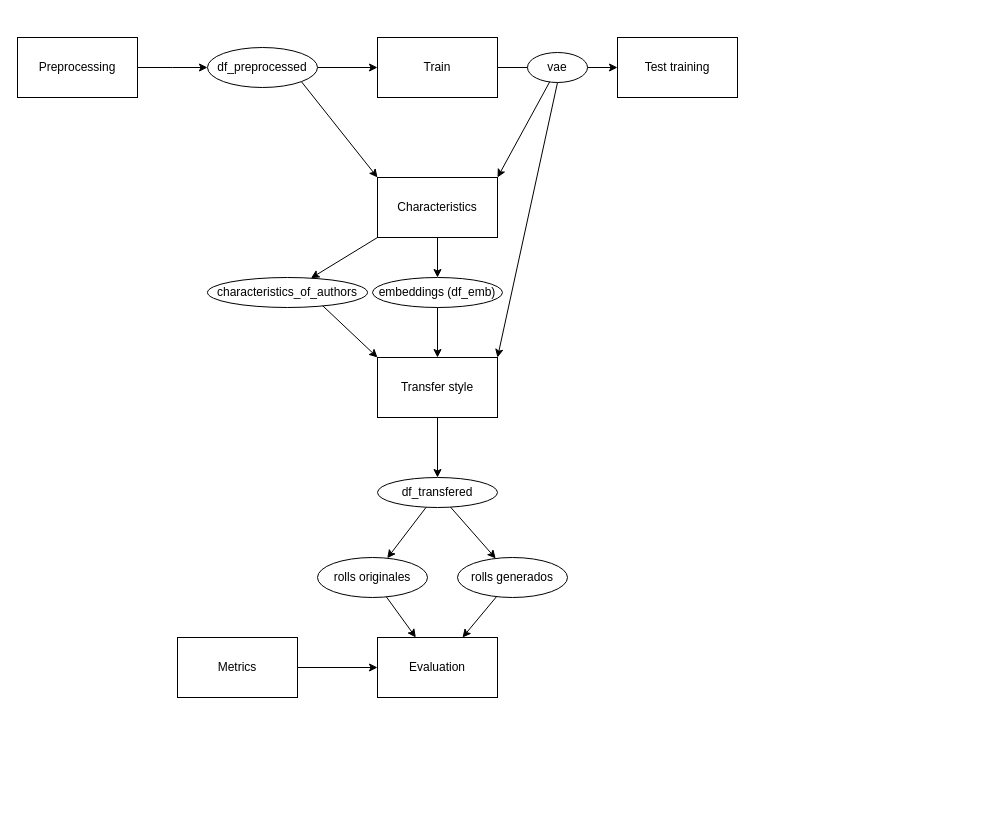
This is docs/diagrama_style_transfer.drawio from LucasSom/style-transfer, a draw.io file, before an edit. Source tidied: cells renumbered, new cells numbered last; positions are measured from the earlier drawing's top-left corner, leaving out a move shared by most shapes. Both pictures are drawn from the tidied source at 100%, with x=0, y=0 at pixel (17, 37).
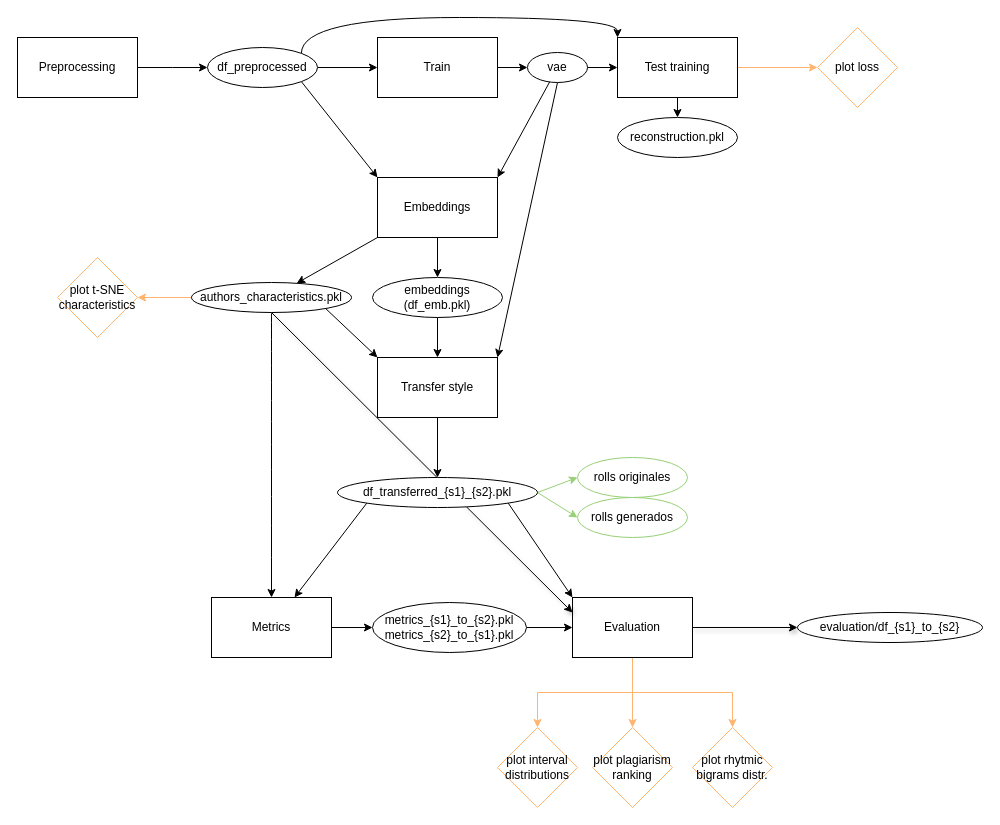
The same page after the edit.

Commit message (it also covers changes not shown here):
plot characteristics only + updated documentation

The change refers to these unchanged cells:
```xml
<mxCell id="5" value="Train" style="rounded=0;whiteSpace=wrap;html=1;" parent="1" vertex="1">
  <mxGeometry x="360" width="120" height="60" as="geometry" />
</mxCell>
<mxCell id="6" value="Test training" style="rounded=0;whiteSpace=wrap;html=1;" parent="1" vertex="1">
  <mxGeometry x="600" width="120" height="60" as="geometry" />
</mxCell>
<mxCell id="17" value="df_preprocessed" style="ellipse;whiteSpace=wrap;html=1;" parent="1" vertex="1">
  <mxGeometry x="190" y="10" width="110" height="40" as="geometry" />
</mxCell>
<mxCell id="20" value="vae" style="ellipse;whiteSpace=wrap;html=1;" parent="1" vertex="1">
  <mxGeometry x="510" y="15" width="60" height="30" as="geometry" />
</mxCell>
```

What changed in the source:
```diff
@@
+    <mxCell id="33" style="edgeStyle=orthogonalEdgeStyle;curved=1;rounded=0;jettySize=auto;html=1;startArrow=none;startFill=0;endArrow=classic;endFill=1;" parent="1" edge="1" source="6" target="46">
+      <mxGeometry relative="1" as="geometry" />
+    </mxCell>
+    <mxCell id="34" style="edgeStyle=orthogonalEdgeStyle;rounded=0;jettySize=auto;html=1;strokeColor=#FFB570;" parent="1" edge="1" source="6" target="50">
+      <mxGeometry relative="1" as="geometry" />
+    </mxCell>
@@
-    <mxCell id="9" value="Characteristics" style="rounded=0;whiteSpace=wrap;html=1;" parent="1" vertex="1">
+    <mxCell id="9" value="Embeddings" style="rounded=0;whiteSpace=wrap;html=1;" parent="1" vertex="1">
       <mxGeometry x="360" y="140" width="120" height="60" as="geometry" />
     </mxCell>
@@
+    <mxCell id="35" style="edgeStyle=none;rounded=0;jettySize=auto;html=1;shadow=1;strokeColor=#000000;startArrow=none;startFill=0;endArrow=classic;endFill=1;" parent="1" edge="1" source="12" target="49">
+      <mxGeometry relative="1" as="geometry" />
+    </mxCell>
+    <mxCell id="36" style="edgeStyle=orthogonalEdgeStyle;rounded=0;jettySize=auto;html=1;strokeColor=#FFB570;" parent="1" edge="1" source="12" target="52">
+      <mxGeometry relative="1" as="geometry" />
+    </mxCell>
+    <mxCell id="37" style="edgeStyle=orthogonalEdgeStyle;rounded=0;jettySize=auto;html=1;strokeColor=#FFB570;" parent="1" edge="1" source="12" target="53">
+      <mxGeometry relative="1" as="geometry" />
+    </mxCell>
+    <mxCell id="38" style="edgeStyle=orthogonalEdgeStyle;rounded=0;jettySize=auto;html=1;strokeColor=#FFB570;" parent="1" edge="1" source="12" target="54">
+      <mxGeometry relative="1" as="geometry" />
+    </mxCell>
     <mxCell id="12" value="Evaluation" style="rounded=0;whiteSpace=wrap;html=1;" parent="1" vertex="1">
-      <mxGeometry x="360" y="600" width="120" height="60" as="geometry" />
+      <mxGeometry x="555" y="560" width="120" height="60" as="geometry" />
     </mxCell>
-    <mxCell id="13" style="edgeStyle=orthogonalEdgeStyle;rounded=0;jettySize=auto;html=1;" parent="1" edge="1" source="14" target="12">
-      <mxGeometry relative="1" as="geometry" />
-    </mxCell>
+    <mxCell id="39" style="edgeStyle=none;rounded=0;jettySize=auto;html=1;startArrow=none;startFill=0;endArrow=classic;endFill=1;" parent="1" edge="1" source="14" target="48">
+      <mxGeometry relative="1" as="geometry" />
+    </mxCell>
     <mxCell id="14" value="Metrics" style="rounded=0;whiteSpace=wrap;html=1;" parent="1" vertex="1">
-      <mxGeometry x="160" y="600" width="120" height="60" as="geometry" />
+      <mxGeometry x="194" y="560" width="120" height="60" as="geometry" />
     </mxCell>
@@
+    <mxCell id="40" style="edgeStyle=orthogonalEdgeStyle;rounded=0;jettySize=auto;html=1;exitX=1;exitY=0;exitDx=0;exitDy=0;entryX=0;entryY=0;entryDx=0;entryDy=0;startArrow=none;startFill=0;endArrow=classic;endFill=1;curved=1;" parent="1" edge="1" source="17" target="6">
+      <mxGeometry relative="1" as="geometry">
+        <Array as="points">
+          <mxPoint x="284" y="-20" />
+          <mxPoint x="600" y="-20" />
+        </Array>
+      </mxGeometry>
+    </mxCell>
@@
-    <mxCell id="21" style="edgeStyle=orthogonalEdgeStyle;rounded=0;jettySize=auto;html=1;endArrow=none;" parent="1" edge="1" source="5" target="20">
+    <mxCell id="21" style="edgeStyle=orthogonalEdgeStyle;rounded=0;jettySize=auto;html=1;endArrow=classic;startArrow=none;startFill=0;endFill=1;" parent="1" edge="1" source="5" target="20">
       <mxGeometry relative="1" as="geometry" />
     </mxCell>
@@
-    <mxCell id="23" style="edgeStyle=none;rounded=0;jettySize=auto;html=1;" parent="1" edge="1" source="24" target="12">
-      <mxGeometry relative="1" as="geometry" />
-    </mxCell>
-    <mxCell id="24" value="rolls originales" style="ellipse;whiteSpace=wrap;html=1;" parent="1" vertex="1">
-      <mxGeometry x="300" y="520" width="110" height="40" as="geometry" />
+    <mxCell id="24" value="rolls originales" style="ellipse;whiteSpace=wrap;html=1;strokeColor=#97D077;" parent="1" vertex="1">
+      <mxGeometry x="560" y="420" width="110" height="40" as="geometry" />
     </mxCell>
-    <mxCell id="25" style="edgeStyle=none;rounded=0;jettySize=auto;html=1;" parent="1" edge="1" source="26" target="12">
-      <mxGeometry relative="1" as="geometry" />
-    </mxCell>
-    <mxCell id="26" value="rolls generados" style="ellipse;whiteSpace=wrap;html=1;" parent="1" vertex="1">
-      <mxGeometry x="440" y="520" width="110" height="40" as="geometry" />
+    <mxCell id="26" value="rolls generados" style="ellipse;whiteSpace=wrap;html=1;strokeColor=#97D077;" parent="1" vertex="1">
+      <mxGeometry x="560" y="460" width="110" height="40" as="geometry" />
     </mxCell>
@@
-    <mxCell id="28" value="embeddings (df_emb)" style="ellipse;whiteSpace=wrap;html=1;rounded=0;" parent="1" vertex="1">
-      <mxGeometry x="355" y="240" width="130" height="30" as="geometry" />
+    <mxCell id="28" value="embeddings (df_emb.pkl)" style="ellipse;whiteSpace=wrap;html=1;rounded=0;" parent="1" vertex="1">
+      <mxGeometry x="355" y="240" width="130" height="40" as="geometry" />
     </mxCell>
+    <mxCell id="41" style="edgeStyle=orthogonalEdgeStyle;curved=1;rounded=0;jettySize=auto;html=1;exitX=0.5;exitY=1;exitDx=0;exitDy=0;entryX=0.5;entryY=0;entryDx=0;entryDy=0;startArrow=none;startFill=0;endArrow=classic;endFill=1;" parent="1" edge="1" source="29" target="14">
+      <mxGeometry relative="1" as="geometry" />
+    </mxCell>
+    <mxCell id="42" style="edgeStyle=none;rounded=0;jettySize=auto;html=1;exitX=0.5;exitY=1;exitDx=0;exitDy=0;entryX=0;entryY=0.25;entryDx=0;entryDy=0;strokeColor=#000000;startArrow=none;startFill=0;endArrow=classic;endFill=1;shadow=1;" parent="1" edge="1" source="29" target="12">
+      <mxGeometry relative="1" as="geometry" />
+    </mxCell>
+    <mxCell id="43" style="edgeStyle=orthogonalEdgeStyle;rounded=0;jettySize=auto;html=1;strokeColor=#FFB570;" parent="1" edge="1" source="29" target="51">
+      <mxGeometry relative="1" as="geometry" />
+    </mxCell>
-    <mxCell id="29" value="characteristics_of_authors" style="ellipse;whiteSpace=wrap;html=1;rounded=0;" parent="1" vertex="1">
-      <mxGeometry x="190" y="240" width="160" height="30" as="geometry" />
+    <mxCell id="29" value="authors_characteristics.pkl" style="ellipse;whiteSpace=wrap;html=1;rounded=0;" parent="1" vertex="1">
+      <mxGeometry x="174" y="245" width="160" height="30" as="geometry" />
     </mxCell>
-    <mxCell id="30" style="edgeStyle=none;rounded=0;jettySize=auto;html=1;" parent="1" edge="1" source="32" target="26">
+    <mxCell id="30" style="edgeStyle=none;rounded=0;jettySize=auto;html=1;strokeColor=#97D077;exitX=1;exitY=0.5;exitDx=0;exitDy=0;entryX=0;entryY=0.5;entryDx=0;entryDy=0;" parent="1" edge="1" source="32" target="26">
       <mxGeometry relative="1" as="geometry" />
     </mxCell>
-    <mxCell id="31" style="edgeStyle=none;rounded=0;jettySize=auto;html=1;" parent="1" edge="1" source="32" target="24">
+    <mxCell id="31" style="edgeStyle=none;rounded=0;jettySize=auto;html=1;strokeColor=#97D077;exitX=1;exitY=0.5;exitDx=0;exitDy=0;entryX=0;entryY=0.5;entryDx=0;entryDy=0;" parent="1" edge="1" source="32" target="24">
       <mxGeometry relative="1" as="geometry" />
     </mxCell>
+    <mxCell id="44" style="rounded=0;jettySize=auto;html=1;exitX=0;exitY=1;exitDx=0;exitDy=0;startArrow=none;startFill=0;endArrow=classic;endFill=1;" parent="1" edge="1" source="32" target="14">
+      <mxGeometry relative="1" as="geometry" />
+    </mxCell>
+    <mxCell id="45" style="rounded=0;jettySize=auto;html=1;exitX=1;exitY=1;exitDx=0;exitDy=0;entryX=0;entryY=0;entryDx=0;entryDy=0;strokeColor=#000000;startArrow=none;startFill=0;endArrow=classic;endFill=1;" parent="1" edge="1" source="32" target="12">
+      <mxGeometry relative="1" as="geometry" />
+    </mxCell>
-    <mxCell id="32" value="df_transfered" style="ellipse;whiteSpace=wrap;html=1;rounded=0;" parent="1" vertex="1">
-      <mxGeometry x="360" y="440" width="120" height="30" as="geometry" />
+    <mxCell id="32" value="df_transferred_{s1}_{s2}.pkl" style="ellipse;whiteSpace=wrap;html=1;rounded=0;" parent="1" vertex="1">
+      <mxGeometry x="320" y="440" width="200" height="30" as="geometry" />
     </mxCell>
+    <mxCell id="46" value="reconstruction.pkl" style="ellipse;whiteSpace=wrap;html=1;rounded=0;" parent="1" vertex="1">
+      <mxGeometry x="600" y="80" width="120" height="40" as="geometry" />
+    </mxCell>
+    <mxCell id="47" style="edgeStyle=none;rounded=0;jettySize=auto;html=1;startArrow=none;startFill=0;endArrow=classic;endFill=1;" parent="1" edge="1" source="48" target="12">
+      <mxGeometry relative="1" as="geometry" />
+    </mxCell>
+    <mxCell id="48" value="metrics_{s1}_to_{s2}.pkl&lt;br&gt;metrics_{s2}_to_{s1}.pkl" style="ellipse;whiteSpace=wrap;html=1;rounded=0;" parent="1" vertex="1">
+      <mxGeometry x="355" y="565" width="154" height="50" as="geometry" />
+    </mxCell>
+    <mxCell id="49" value="evaluation/df_{s1}_to_{s2}" style="ellipse;whiteSpace=wrap;html=1;rounded=0;" parent="1" vertex="1">
+      <mxGeometry x="780" y="575" width="185" height="30" as="geometry" />
+    </mxCell>
+    <mxCell id="50" value="plot loss" style="rhombus;whiteSpace=wrap;html=1;rounded=0;strokeColor=#FFB570;" parent="1" vertex="1">
+      <mxGeometry x="800" y="-10" width="80" height="80" as="geometry" />
+    </mxCell>
+    <mxCell id="51" value="plot t-SNE characteristics" style="rhombus;whiteSpace=wrap;html=1;rounded=0;strokeColor=#FFB570;" parent="1" vertex="1">
+      <mxGeometry x="40" y="220" width="80" height="80" as="geometry" />
+    </mxCell>
+    <mxCell id="52" value="plot interval distributions" style="rhombus;whiteSpace=wrap;html=1;rounded=0;strokeColor=#FFB570;" parent="1" vertex="1">
+      <mxGeometry x="480" y="690" width="80" height="80" as="geometry" />
+    </mxCell>
+    <mxCell id="53" value="plot rhytmic bigrams distr." style="rhombus;whiteSpace=wrap;html=1;rounded=0;strokeColor=#FFB570;" parent="1" vertex="1">
+      <mxGeometry x="675" y="690" width="80" height="80" as="geometry" />
+    </mxCell>
+    <mxCell id="54" value="plot plagiarism ranking" style="rhombus;whiteSpace=wrap;html=1;rounded=0;strokeColor=#FFB570;" parent="1" vertex="1">
+      <mxGeometry x="575" y="690" width="80" height="80" as="geometry" />
+    </mxCell>
```
